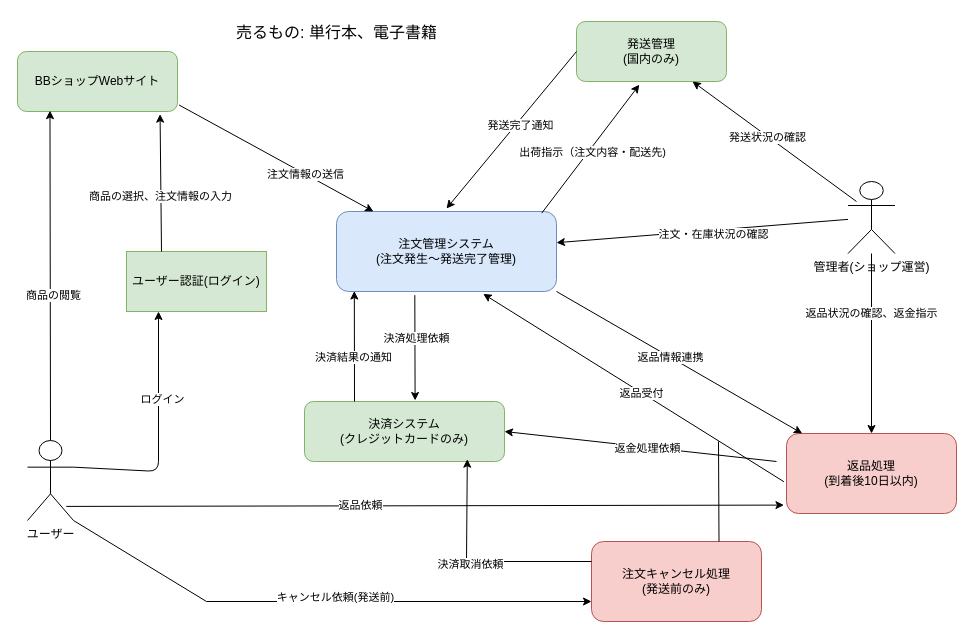
Above: BBshop/bbshop_order_system.drawio in ghbuser12/ohara_uml (draw.io), before the change. Source tidied: cells renumbered, new cells numbered last; positions are measured from the earlier drawing's top-left corner, leaving out a move shared by most shapes. Both pictures are drawn from the tidied source at 100%, with x=0, y=0 at pixel (17, 17).
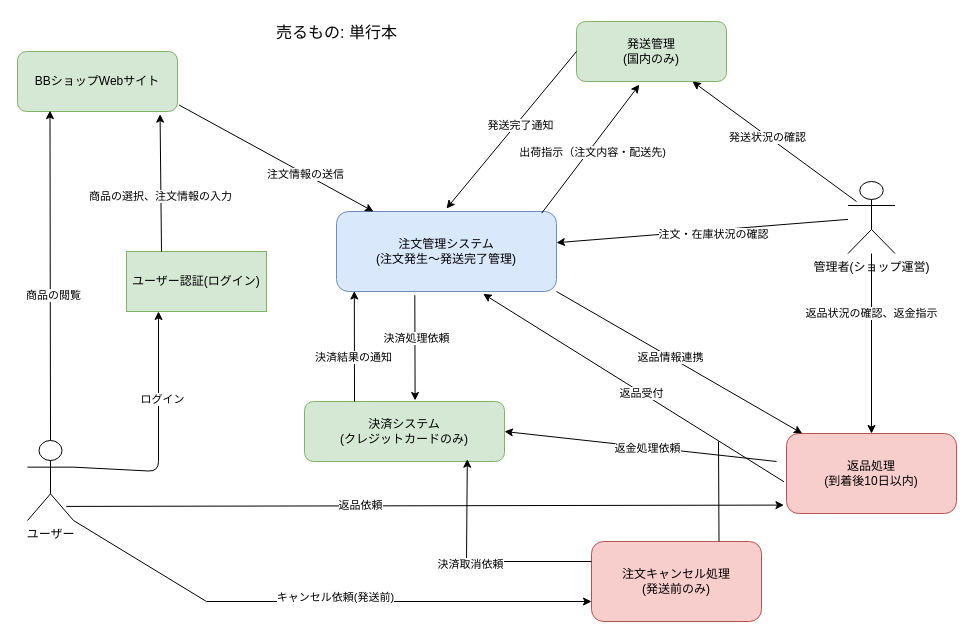
Above is the later version.

The edit, as a diff of the source:
```diff
@@
-    <mxCell id="40" value="&lt;font style=&quot;font-size: 16px;&quot;&gt;売るもの: 単行本、電子書籍&lt;/font&gt;" style="text;html=1;align=center;verticalAlign=middle;strokeColor=none;fillColor=default;" parent="1" vertex="1">
-      <mxGeometry x="209" width="220" height="30" as="geometry" />
+    <mxCell id="40" value="&lt;font style=&quot;font-size: 16px;&quot;&gt;売るもの: 単行本&lt;/font&gt;" style="text;html=1;align=center;verticalAlign=middle;strokeColor=none;fillColor=default;" parent="1" vertex="1">
+      <mxGeometry x="249" width="140" height="30" as="geometry" />
     </mxCell>
```
